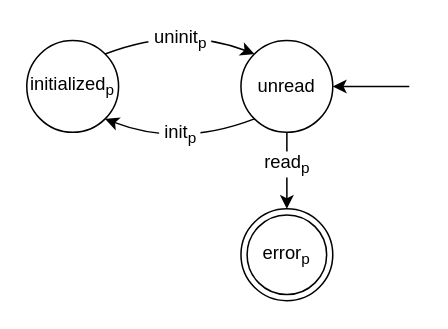
Earlier version of the draw.io diagram background/figures/use-before.drawio (andersfischernielsen/Finding-Resource-Manipulation-Bugs-with-Monitor-Automata-on-the-Example-of-the-Linux-Kernel). Source tidied: cells renumbered, new cells numbered last; positions are measured from the earlier drawing's top-left corner, leaving out a move shared by most shapes. Both pictures are drawn from the tidied source at 153%, with x=0, y=0 at pixel (26, 24).
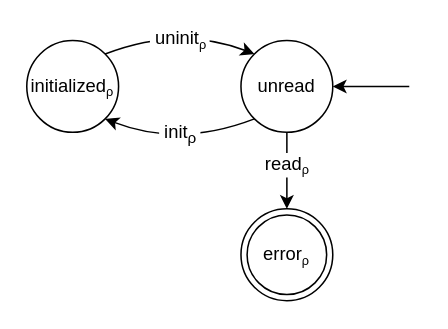
The same diagram, later.

The edit, as a diff of the source:
```diff
@@
 <mxGraphModel>
   <root>
     <mxCell id="0" />
     <mxCell id="1" parent="0" />
-    <mxCell id="2" value="initialized&lt;sub&gt;p&lt;/sub&gt;" style="ellipse;whiteSpace=wrap;html=1;" parent="1" vertex="1">
+    <mxCell id="2" value="initialized&lt;span style=&quot;font-size: 10px&quot;&gt;&lt;sub&gt;ρ&lt;/sub&gt;&lt;/span&gt;" style="ellipse;whiteSpace=wrap;html=1;" parent="1" vertex="1">
       <mxGeometry y="10" width="60" height="60" as="geometry" />
     </mxCell>
     <mxCell id="3" style="endArrow=classic;html=1;entryX=1;entryY=0.5;entryDx=0;entryDy=0;" parent="1" edge="1" target="8">
       <mxGeometry relative="1" as="geometry">
         <mxPoint x="250" y="40" as="sourcePoint" />
       </mxGeometry>
     </mxCell>
     <mxCell id="4" style="rounded=0;jettySize=auto;html=1;exitX=0.5;exitY=1;exitDx=0;exitDy=0;entryX=0.5;entryY=0;entryDx=0;entryDy=0;" parent="1" edge="1" source="8">
       <mxGeometry relative="1" as="geometry">
         <mxPoint x="170" y="120" as="targetPoint" />
       </mxGeometry>
     </mxCell>
-    <mxCell id="5" value="read&lt;sub&gt;p&lt;/sub&gt;" style="text;html=1;align=center;verticalAlign=middle;labelBackgroundColor=#ffffff;" parent="4" vertex="1">
+    <mxCell id="5" value="read&lt;span style=&quot;font-size: 10px&quot;&gt;&lt;sub&gt;ρ&lt;/sub&gt;&lt;/span&gt;" style="text;html=1;align=center;verticalAlign=middle;labelBackgroundColor=#ffffff;" parent="4" vertex="1">
       <mxGeometry x="-0.2" y="-1" relative="1" as="geometry" />
     </mxCell>
     <mxCell id="6" style="edgeStyle=none;jettySize=auto;html=1;exitX=0;exitY=1;exitDx=0;exitDy=0;entryX=1;entryY=1;entryDx=0;entryDy=0;curved=1;" parent="1" edge="1" source="8" target="2">
       <mxGeometry relative="1" as="geometry">
         <Array as="points">
           <mxPoint x="100" y="80" />
         </Array>
       </mxGeometry>
     </mxCell>
-    <mxCell id="7" value="&amp;nbsp;init&lt;sub&gt;p&amp;nbsp;&lt;/sub&gt;" style="text;html=1;align=center;verticalAlign=middle;labelBackgroundColor=#ffffff;" parent="6" vertex="1">
+    <mxCell id="7" value="&amp;nbsp;init&lt;sub&gt;ρ&amp;nbsp;&lt;/sub&gt;" style="text;html=1;align=center;verticalAlign=middle;labelBackgroundColor=#ffffff;" parent="6" vertex="1">
       <mxGeometry x="-0.22" y="1" relative="1" as="geometry">
         <mxPoint x="-11" y="-6" as="offset" />
       </mxGeometry>
     </mxCell>
     <mxCell id="8" value="unread" style="ellipse;whiteSpace=wrap;html=1;" parent="1" vertex="1">
       <mxGeometry x="140" y="10" width="60" height="60" as="geometry" />
     </mxCell>
-    <mxCell id="9" value="error&lt;sub&gt;p&lt;/sub&gt;" style="ellipse;shape=doubleEllipse;whiteSpace=wrap;html=1;" parent="1" vertex="1">
+    <mxCell id="9" value="error&lt;span style=&quot;font-size: 10px&quot;&gt;&lt;sub&gt;ρ&lt;/sub&gt;&lt;/span&gt;" style="ellipse;shape=doubleEllipse;whiteSpace=wrap;html=1;" parent="1" vertex="1">
       <mxGeometry x="140" y="120" width="60" height="60" as="geometry" />
     </mxCell>
     <mxCell id="10" style="endArrow=classic;html=1;exitX=1;exitY=0;exitDx=0;exitDy=0;entryX=0;entryY=0;entryDx=0;entryDy=0;curved=1;" parent="1" edge="1" source="2" target="8">
       <mxGeometry relative="1" as="geometry">
         <Array as="points">
           <mxPoint x="100" />
         </Array>
       </mxGeometry>
     </mxCell>
-    <mxCell id="11" value="&amp;nbsp;uninit&lt;sub&gt;p&amp;nbsp;&lt;/sub&gt;" style="text;html=1;align=center;verticalAlign=middle;labelBackgroundColor=#ffffff;" parent="10" vertex="1">
+    <mxCell id="11" value="&amp;nbsp;uninit&lt;span style=&quot;font-size: 10px&quot;&gt;&lt;sub&gt;ρ&amp;nbsp;&lt;/sub&gt;&lt;/span&gt;" style="text;html=1;align=center;verticalAlign=middle;labelBackgroundColor=#ffffff;" parent="10" vertex="1">
       <mxGeometry x="-0.16" y="-14" relative="1" as="geometry">
         <mxPoint x="2" y="-8" as="offset" />
       </mxGeometry>
     </mxCell>
   </root>
 </mxGraphModel>
```
